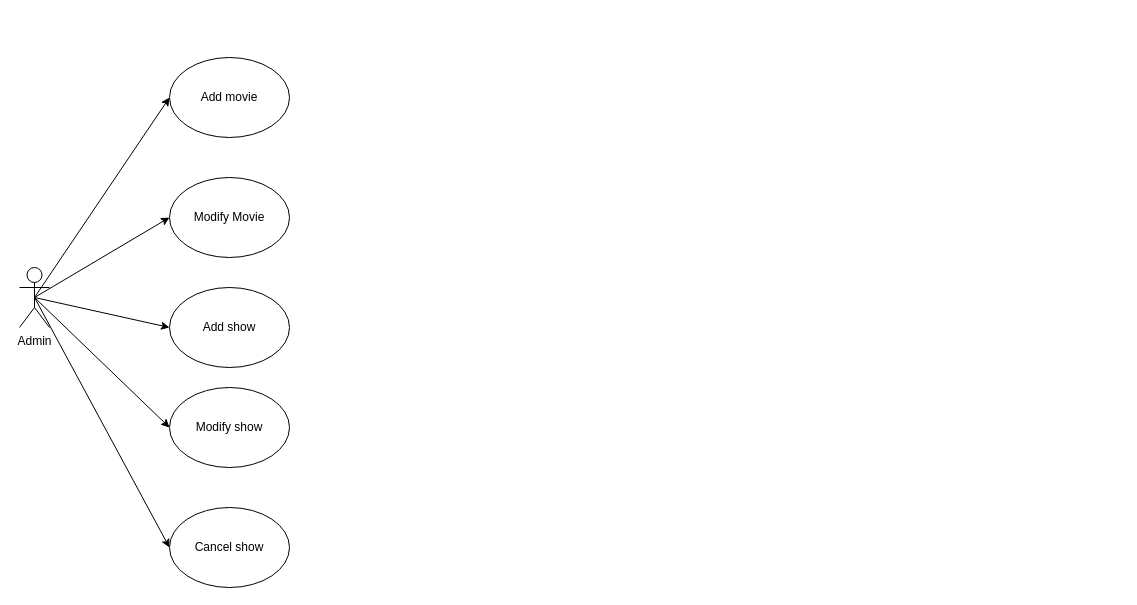
Earlier version of the draw.io diagram movie-ticket-booking-use-case-diag.drawio (vaibhavsonar/use-case-studies). Source tidied: cells renumbered, new cells numbered last; positions are measured from the earlier drawing's top-left corner, leaving out a move shared by most shapes. Both pictures are drawn from the tidied source at 100%, with x=0, y=0 at pixel (19, 57).
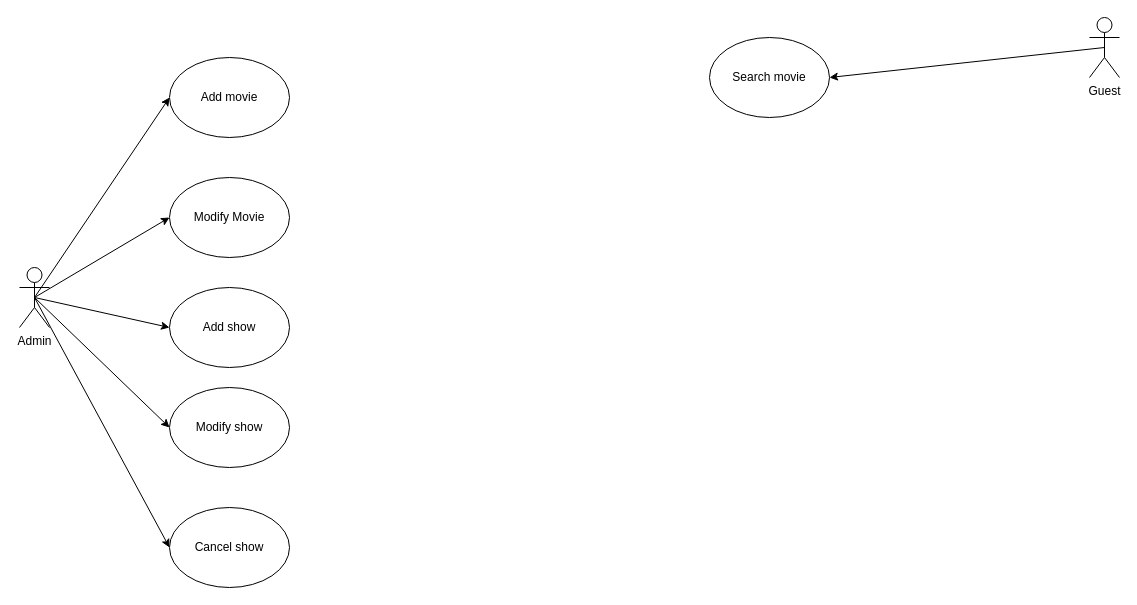
The same diagram, later.

Diff of the diagram source:
```diff
@@
 <mxGraphModel>
   <root>
     <mxCell id="0" />
     <mxCell id="1" parent="0" />
     <mxCell id="2" style="rounded=0;jettySize=auto;html=1;exitX=0.5;exitY=0.5;exitDx=0;exitDy=0;exitPerimeter=0;entryX=0;entryY=0.5;entryDx=0;entryDy=0;" parent="1" edge="1" source="7" target="8">
       <mxGeometry relative="1" as="geometry" />
     </mxCell>
     <mxCell id="3" style="rounded=0;jettySize=auto;html=1;exitX=0.5;exitY=0.5;exitDx=0;exitDy=0;exitPerimeter=0;entryX=0;entryY=0.5;entryDx=0;entryDy=0;" parent="1" edge="1" source="7" target="9">
       <mxGeometry relative="1" as="geometry" />
     </mxCell>
     <mxCell id="4" style="rounded=0;jettySize=auto;html=1;exitX=0.5;exitY=0.5;exitDx=0;exitDy=0;exitPerimeter=0;entryX=0;entryY=0.5;entryDx=0;entryDy=0;" parent="1" edge="1" source="7" target="10">
       <mxGeometry relative="1" as="geometry" />
     </mxCell>
     <mxCell id="5" style="rounded=0;jettySize=auto;html=1;exitX=0.5;exitY=0.5;exitDx=0;exitDy=0;exitPerimeter=0;entryX=0;entryY=0.5;entryDx=0;entryDy=0;" parent="1" edge="1" source="7" target="11">
       <mxGeometry relative="1" as="geometry" />
     </mxCell>
     <mxCell id="6" style="rounded=0;jettySize=auto;html=1;exitX=0.5;exitY=0.5;exitDx=0;exitDy=0;exitPerimeter=0;entryX=0;entryY=0.5;entryDx=0;entryDy=0;" parent="1" edge="1" source="7" target="12">
       <mxGeometry relative="1" as="geometry" />
     </mxCell>
     <mxCell id="7" value="Admin" style="shape=umlActor;verticalLabelPosition=bottom;verticalAlign=top;html=1;outlineConnect=0;" parent="1" vertex="1">
       <mxGeometry y="210" width="30" height="60" as="geometry" />
     </mxCell>
     <mxCell id="8" value="Add movie" style="ellipse;whiteSpace=wrap;html=1;" parent="1" vertex="1">
       <mxGeometry x="150" width="120" height="80" as="geometry" />
     </mxCell>
     <mxCell id="9" value="Modify Movie" style="ellipse;whiteSpace=wrap;html=1;" parent="1" vertex="1">
       <mxGeometry x="150" y="120" width="120" height="80" as="geometry" />
     </mxCell>
     <mxCell id="10" value="Add show" style="ellipse;whiteSpace=wrap;html=1;" parent="1" vertex="1">
       <mxGeometry x="150" y="230" width="120" height="80" as="geometry" />
     </mxCell>
     <mxCell id="11" value="Modify show" style="ellipse;whiteSpace=wrap;html=1;" parent="1" vertex="1">
       <mxGeometry x="150" y="330" width="120" height="80" as="geometry" />
     </mxCell>
     <mxCell id="12" value="Cancel show" style="ellipse;whiteSpace=wrap;html=1;" parent="1" vertex="1">
       <mxGeometry x="150" y="450" width="120" height="80" as="geometry" />
     </mxCell>
+    <mxCell id="13" style="rounded=0;jettySize=auto;html=1;exitX=0.5;exitY=0.5;exitDx=0;exitDy=0;exitPerimeter=0;entryX=1;entryY=0.5;entryDx=0;entryDy=0;" parent="1" edge="1" source="14" target="15">
+      <mxGeometry relative="1" as="geometry" />
+    </mxCell>
+    <mxCell id="14" value="Guest" style="shape=umlActor;verticalLabelPosition=bottom;verticalAlign=top;html=1;outlineConnect=0;" parent="1" vertex="1">
+      <mxGeometry x="1070" y="-40" width="30" height="60" as="geometry" />
+    </mxCell>
+    <mxCell id="15" value="Search movie" style="ellipse;whiteSpace=wrap;html=1;" parent="1" vertex="1">
+      <mxGeometry x="690" y="-20" width="120" height="80" as="geometry" />
+    </mxCell>
   </root>
 </mxGraphModel>
```
